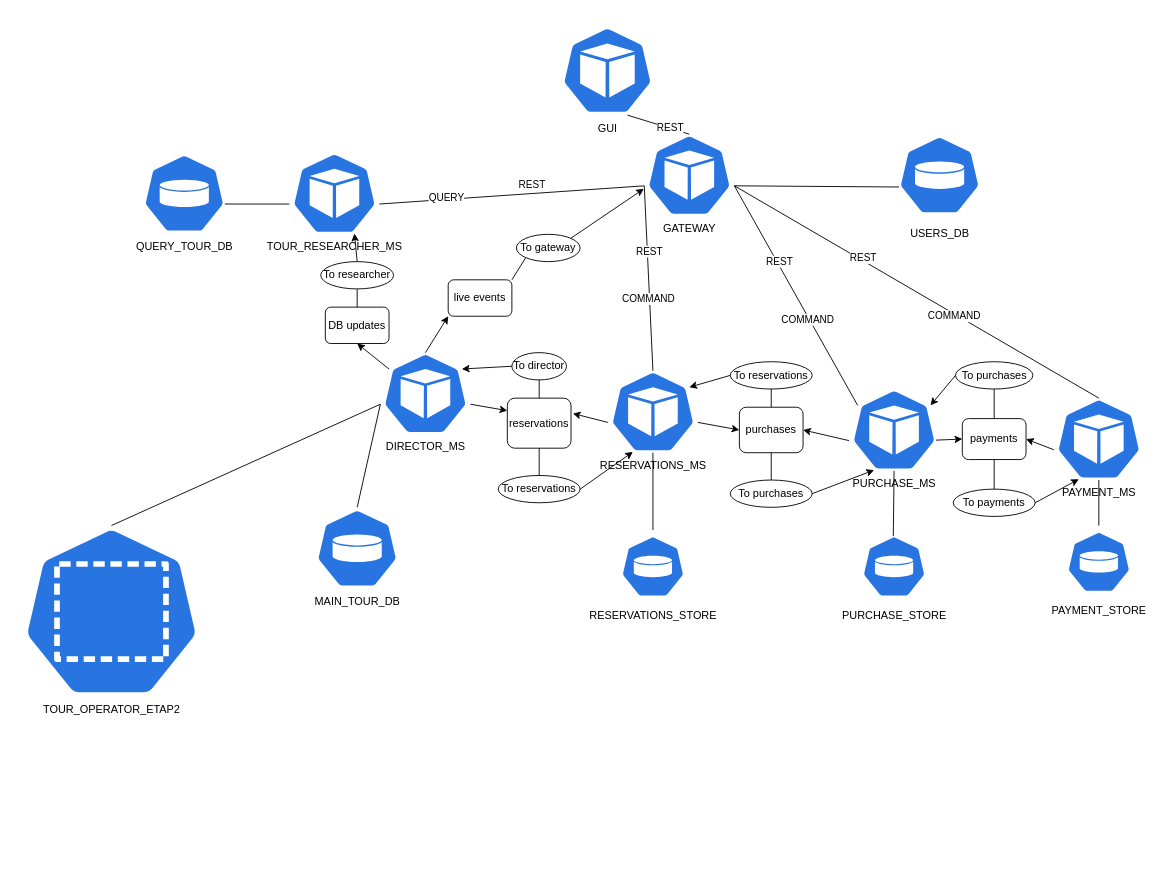
Earlier version of the draw.io diagram docs/system_architecture_diagram.drawio (SunBear1/VictorTravels). Source tidied: cells renumbered, new cells numbered last; positions are measured from the earlier drawing's top-left corner, leaving out a move shared by most shapes. Both pictures are drawn from the tidied source at 91%, with x=0, y=0 at pixel (15, 25).
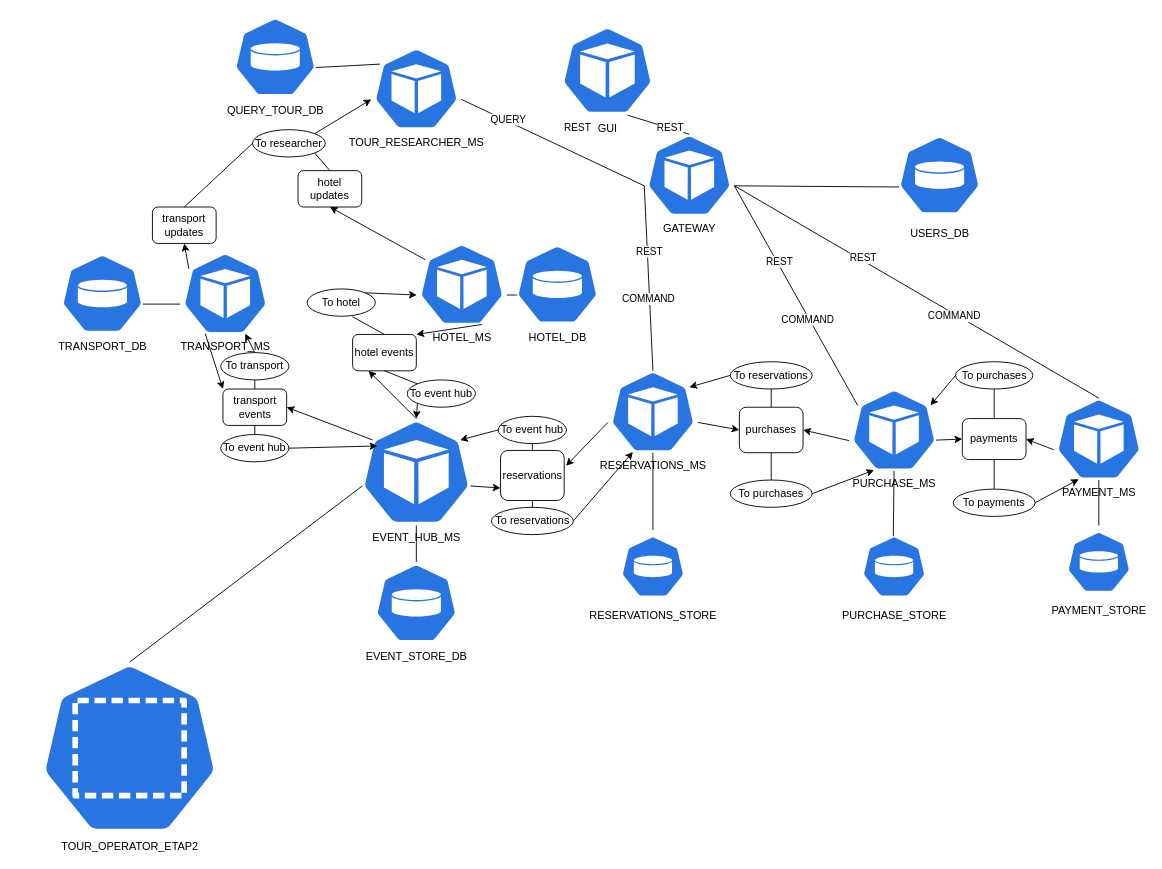
The same page after the edit.

Change to the diagram source:
```diff
@@
     <mxCell id="14" value="TOUR_RESEARCHER_MS" style="sketch=0;html=1;dashed=0;whitespace=wrap;fillColor=#2875E2;strokeColor=#ffffff;points=[[0.005,0.63,0],[0.1,0.2,0],[0.9,0.2,0],[0.5,0,0],[0.995,0.63,0],[0.72,0.99,0],[0.5,1,0],[0.28,0.99,0]];verticalLabelPosition=bottom;align=center;verticalAlign=top;shape=mxgraph.kubernetes.icon;prIcon=pod;" parent="1" vertex="1">
-      <mxGeometry x="300" y="140" width="100" height="90" as="geometry" />
+      <mxGeometry x="390" y="25" width="100" height="90" as="geometry" />
     </mxCell>
@@
     <mxCell id="16" value="QUERY_TOUR_DB" style="sketch=0;html=1;dashed=0;whitespace=wrap;fillColor=#2875E2;strokeColor=#ffffff;points=[[0.005,0.63,0],[0.1,0.2,0],[0.9,0.2,0],[0.5,0,0],[0.995,0.63,0],[0.72,0.99,0],[0.5,1,0],[0.28,0.99,0]];verticalLabelPosition=bottom;align=center;verticalAlign=top;shape=mxgraph.kubernetes.icon;prIcon=pv;" parent="1" vertex="1">
-      <mxGeometry x="140" y="140" width="90" height="90" as="geometry" />
+      <mxGeometry x="240" y="-10" width="90" height="90" as="geometry" />
     </mxCell>
-    <mxCell id="17" style="endArrow=none;html=1;rounded=0;exitX=0.995;exitY=0.63;exitDx=0;exitDy=0;exitPerimeter=0;entryX=0.005;entryY=0.63;entryDx=0;entryDy=0;entryPerimeter=0;" parent="1" edge="1" source="16" target="14">
+    <mxCell id="17" style="endArrow=none;html=1;rounded=0;exitX=0.995;exitY=0.63;exitDx=0;exitDy=0;exitPerimeter=0;entryX=0.1;entryY=0.2;entryDx=0;entryDy=0;entryPerimeter=0;" parent="1" edge="1" source="16" target="14">
       <mxGeometry relative="1" as="geometry" />
     </mxCell>
-    <mxCell id="18" value="MAIN_TOUR_DB" style="sketch=0;html=1;dashed=0;whitespace=wrap;fillColor=#2875E2;strokeColor=#ffffff;points=[[0.005,0.63,0],[0.1,0.2,0],[0.9,0.2,0],[0.5,0,0],[0.995,0.63,0],[0.72,0.99,0],[0.5,1,0],[0.28,0.99,0]];verticalLabelPosition=bottom;align=center;verticalAlign=top;shape=mxgraph.kubernetes.icon;prIcon=pv;" parent="1" vertex="1">
-      <mxGeometry x="330" y="530" width="90" height="90" as="geometry" />
+    <mxCell id="18" value="EVENT_STORE_DB" style="sketch=0;html=1;dashed=0;whitespace=wrap;fillColor=#2875E2;strokeColor=#ffffff;points=[[0.005,0.63,0],[0.1,0.2,0],[0.9,0.2,0],[0.5,0,0],[0.995,0.63,0],[0.72,0.99,0],[0.5,1,0],[0.28,0.99,0]];verticalLabelPosition=bottom;align=center;verticalAlign=top;shape=mxgraph.kubernetes.icon;prIcon=pv;" parent="1" vertex="1">
+      <mxGeometry x="395" y="590" width="90" height="90" as="geometry" />
     </mxCell>
@@
-    <mxCell id="27" value="DIRECTOR_MS" style="sketch=0;html=1;dashed=0;whitespace=wrap;fillColor=#2875E2;strokeColor=#ffffff;points=[[0.005,0.63,0],[0.1,0.2,0],[0.9,0.2,0],[0.5,0,0],[0.995,0.63,0],[0.72,0.99,0],[0.5,1,0],[0.28,0.99,0]];verticalLabelPosition=bottom;align=center;verticalAlign=top;shape=mxgraph.kubernetes.icon;prIcon=pod;" parent="1" vertex="1">
-      <mxGeometry x="400" y="360" width="100" height="90" as="geometry" />
+    <mxCell id="27" value="EVENT_HUB_MS" style="sketch=0;html=1;dashed=0;whitespace=wrap;fillColor=#2875E2;strokeColor=#ffffff;points=[[0.005,0.63,0],[0.1,0.2,0],[0.9,0.2,0],[0.5,0,0],[0.995,0.63,0],[0.72,0.99,0],[0.5,1,0],[0.28,0.99,0]];verticalLabelPosition=bottom;align=center;verticalAlign=top;shape=mxgraph.kubernetes.icon;prIcon=pod;" parent="1" vertex="1">
+      <mxGeometry x="380" y="432.5" width="120" height="117.5" as="geometry" />
     </mxCell>
@@
-    <mxCell id="31" style="endArrow=none;html=1;rounded=0;entryX=0.5;entryY=0;entryDx=0;entryDy=0;entryPerimeter=0;exitX=0.005;exitY=0.63;exitDx=0;exitDy=0;exitPerimeter=0;" parent="1" edge="1" source="27" target="18">
+    <mxCell id="31" style="endArrow=none;html=1;rounded=0;entryX=0.5;entryY=0;entryDx=0;entryDy=0;entryPerimeter=0;exitX=0.5;exitY=1;exitDx=0;exitDy=0;exitPerimeter=0;" parent="1" edge="1" source="27" target="18">
       <mxGeometry relative="1" as="geometry" />
     </mxCell>
     <mxCell id="32" value="TOUR_OPERATOR_ETAP2" style="sketch=0;html=1;dashed=0;whitespace=wrap;fillColor=#2875E2;strokeColor=#ffffff;points=[[0.005,0.63,0],[0.1,0.2,0],[0.9,0.2,0],[0.5,0,0],[0.995,0.63,0],[0.72,0.99,0],[0.5,1,0],[0.28,0.99,0]];verticalLabelPosition=bottom;align=center;verticalAlign=top;shape=mxgraph.kubernetes.icon;prIcon=ns;" parent="1" vertex="1">
-      <mxGeometry y="550" width="210" height="189" as="geometry" />
+      <mxGeometry x="20" y="700" width="210" height="189" as="geometry" />
     </mxCell>
@@
     <mxCell id="37" value="reservations" style="rounded=1;whiteSpace=wrap;html=1;" parent="1" vertex="1">
-      <mxGeometry x="540" y="410" width="70" height="55" as="geometry" />
+      <mxGeometry x="532.5" y="467.5" width="70" height="55" as="geometry" />
     </mxCell>
-    <mxCell id="38" value="To director" style="ellipse;whiteSpace=wrap;html=1;" parent="1" vertex="1">
-      <mxGeometry x="545" y="360" width="60" height="30" as="geometry" />
+    <mxCell id="38" value="To event hub" style="ellipse;whiteSpace=wrap;html=1;" parent="1" vertex="1">
+      <mxGeometry x="530" y="430" width="75" height="30" as="geometry" />
     </mxCell>
     <mxCell id="39" value="To reservations" style="ellipse;whiteSpace=wrap;html=1;" parent="1" vertex="1">
-      <mxGeometry x="530" y="495" width="90" height="30" as="geometry" />
+      <mxGeometry x="522.5" y="530" width="90" height="30" as="geometry" />
     </mxCell>
@@
-    <mxCell id="42" style="endArrow=classic;html=1;rounded=0;exitX=0.995;exitY=0.63;exitDx=0;exitDy=0;exitPerimeter=0;entryX=0;entryY=0.25;entryDx=0;entryDy=0;" parent="1" edge="1" source="27" target="37">
+    <mxCell id="42" style="endArrow=classic;html=1;rounded=0;exitX=0.995;exitY=0.63;exitDx=0;exitDy=0;exitPerimeter=0;entryX=0;entryY=0.75;entryDx=0;entryDy=0;" parent="1" edge="1" source="27" target="37">
       <mxGeometry relative="1" as="geometry" />
     </mxCell>
@@
-    <mxCell id="64" value="live events" style="rounded=1;whiteSpace=wrap;html=1;" parent="1" vertex="1">
-      <mxGeometry x="475" y="280" width="70" height="40" as="geometry" />
-    </mxCell>
-    <mxCell id="65" value="To gateway" style="ellipse;whiteSpace=wrap;html=1;" parent="1" vertex="1">
-      <mxGeometry x="550" y="230" width="70" height="30" as="geometry" />
-    </mxCell>
-    <mxCell id="66" style="endArrow=classic;html=1;rounded=0;exitX=0.5;exitY=0;exitDx=0;exitDy=0;entryX=0;entryY=1;entryDx=0;entryDy=0;exitPerimeter=0;" parent="1" edge="1" source="27" target="64">
-      <mxGeometry relative="1" as="geometry" />
-    </mxCell>
-    <mxCell id="67" style="endArrow=classic;html=1;rounded=0;exitX=1;exitY=0;exitDx=0;exitDy=0;" parent="1" edge="1" source="65">
-      <mxGeometry relative="1" as="geometry">
-        <mxPoint x="690" y="180" as="targetPoint" />
-      </mxGeometry>
-    </mxCell>
-    <mxCell id="68" value="DB updates" style="rounded=1;whiteSpace=wrap;html=1;" parent="1" vertex="1">
-      <mxGeometry x="340" y="310" width="70" height="40" as="geometry" />
-    </mxCell>
+    <mxCell id="74" value="TRANSPORT_MS" style="sketch=0;html=1;dashed=0;whitespace=wrap;fillColor=#2875E2;strokeColor=#ffffff;points=[[0.005,0.63,0],[0.1,0.2,0],[0.9,0.2,0],[0.5,0,0],[0.995,0.63,0],[0.72,0.99,0],[0.5,1,0],[0.28,0.99,0]];verticalLabelPosition=bottom;align=center;verticalAlign=top;shape=mxgraph.kubernetes.icon;prIcon=pod;" parent="1" vertex="1">
+      <mxGeometry x="180" y="250" width="100" height="90" as="geometry" />
+    </mxCell>
+    <mxCell id="75" value="HOTEL_MS" style="sketch=0;html=1;dashed=0;whitespace=wrap;fillColor=#2875E2;strokeColor=#ffffff;points=[[0.005,0.63,0],[0.1,0.2,0],[0.9,0.2,0],[0.5,0,0],[0.995,0.63,0],[0.72,0.99,0],[0.5,1,0],[0.28,0.99,0]];verticalLabelPosition=bottom;align=center;verticalAlign=top;shape=mxgraph.kubernetes.icon;prIcon=pod;" parent="1" vertex="1">
+      <mxGeometry x="440" y="240" width="100" height="90" as="geometry" />
+    </mxCell>
+    <mxCell id="76" value="transport updates" style="rounded=1;whiteSpace=wrap;html=1;" parent="1" vertex="1">
+      <mxGeometry x="150" y="200" width="70" height="40" as="geometry" />
+    </mxCell>
     <mxCell id="69" value="To researcher" style="ellipse;whiteSpace=wrap;html=1;" parent="1" vertex="1">
-      <mxGeometry x="335" y="260" width="80" height="30" as="geometry" />
+      <mxGeometry x="260" y="115" width="80" height="30" as="geometry" />
     </mxCell>
-    <mxCell id="70" style="endArrow=classic;html=1;rounded=0;exitX=0.1;exitY=0.2;exitDx=0;exitDy=0;entryX=0.5;entryY=1;entryDx=0;entryDy=0;exitPerimeter=0;" parent="1" edge="1" source="27" target="68">
-      <mxGeometry relative="1" as="geometry" />
-    </mxCell>
+    <mxCell id="77" style="endArrow=classic;html=1;rounded=0;exitX=0.1;exitY=0.2;exitDx=0;exitDy=0;exitPerimeter=0;entryX=0.5;entryY=1;entryDx=0;entryDy=0;" parent="1" edge="1" source="74" target="76">
+      <mxGeometry relative="1" as="geometry" />
+    </mxCell>
+    <mxCell id="78" style="endArrow=none;html=1;rounded=0;entryX=0.5;entryY=0;entryDx=0;entryDy=0;exitX=0;exitY=0.5;exitDx=0;exitDy=0;" parent="1" edge="1" source="69" target="76">
+      <mxGeometry relative="1" as="geometry" />
+    </mxCell>
-    <mxCell id="71" style="endArrow=classic;html=1;rounded=0;exitX=0.5;exitY=0;exitDx=0;exitDy=0;entryX=0.72;entryY=0.99;entryDx=0;entryDy=0;entryPerimeter=0;" parent="1" edge="1" source="69" target="14">
+    <mxCell id="71" style="endArrow=classic;html=1;rounded=0;exitX=1;exitY=0;exitDx=0;exitDy=0;entryX=0.005;entryY=0.63;entryDx=0;entryDy=0;entryPerimeter=0;" parent="1" edge="1" source="69" target="14">
       <mxGeometry relative="1" as="geometry" />
     </mxCell>
-    <mxCell id="72" style="endArrow=none;html=1;rounded=0;exitX=1;exitY=0;exitDx=0;exitDy=0;entryX=0;entryY=1;entryDx=0;entryDy=0;" parent="1" edge="1" source="64" target="65">
-      <mxGeometry relative="1" as="geometry" />
-    </mxCell>
-    <mxCell id="73" style="endArrow=none;html=1;rounded=0;exitX=0.5;exitY=0;exitDx=0;exitDy=0;entryX=0.5;entryY=1;entryDx=0;entryDy=0;" parent="1" edge="1" source="68" target="69">
-      <mxGeometry relative="1" as="geometry" />
-    </mxCell>
+    <mxCell id="79" value="hotel updates" style="rounded=1;whiteSpace=wrap;html=1;" parent="1" vertex="1">
+      <mxGeometry x="310" y="160" width="70" height="40" as="geometry" />
+    </mxCell>
+    <mxCell id="80" style="endArrow=classic;html=1;rounded=0;exitX=0.1;exitY=0.2;exitDx=0;exitDy=0;exitPerimeter=0;entryX=0.5;entryY=1;entryDx=0;entryDy=0;" parent="1" edge="1" source="75" target="79">
+      <mxGeometry relative="1" as="geometry" />
+    </mxCell>
+    <mxCell id="81" style="endArrow=none;html=1;rounded=0;entryX=0.5;entryY=0;entryDx=0;entryDy=0;exitX=1;exitY=1;exitDx=0;exitDy=0;" parent="1" edge="1" source="69" target="79">
+      <mxGeometry relative="1" as="geometry" />
+    </mxCell>
+    <mxCell id="82" value="HOTEL_DB" style="sketch=0;html=1;dashed=0;whitespace=wrap;fillColor=#2875E2;strokeColor=#ffffff;points=[[0.005,0.63,0],[0.1,0.2,0],[0.9,0.2,0],[0.5,0,0],[0.995,0.63,0],[0.72,0.99,0],[0.5,1,0],[0.28,0.99,0]];verticalLabelPosition=bottom;align=center;verticalAlign=top;shape=mxgraph.kubernetes.icon;prIcon=pv;" parent="1" vertex="1">
+      <mxGeometry x="550" y="240" width="90" height="90" as="geometry" />
+    </mxCell>
+    <mxCell id="83" value="TRANSPORT_DB" style="sketch=0;html=1;dashed=0;whitespace=wrap;fillColor=#2875E2;strokeColor=#ffffff;points=[[0.005,0.63,0],[0.1,0.2,0],[0.9,0.2,0],[0.5,0,0],[0.995,0.63,0],[0.72,0.99,0],[0.5,1,0],[0.28,0.99,0]];verticalLabelPosition=bottom;align=center;verticalAlign=top;shape=mxgraph.kubernetes.icon;prIcon=pv;" parent="1" vertex="1">
+      <mxGeometry x="50" y="250" width="90" height="90" as="geometry" />
+    </mxCell>
+    <mxCell id="84" style="endArrow=none;html=1;rounded=0;entryX=0.005;entryY=0.63;entryDx=0;entryDy=0;entryPerimeter=0;exitX=0.995;exitY=0.63;exitDx=0;exitDy=0;exitPerimeter=0;" parent="1" edge="1" source="83" target="74">
+      <mxGeometry relative="1" as="geometry" />
+    </mxCell>
+    <mxCell id="85" style="endArrow=none;html=1;rounded=0;entryX=0.005;entryY=0.63;entryDx=0;entryDy=0;entryPerimeter=0;exitX=0.995;exitY=0.63;exitDx=0;exitDy=0;exitPerimeter=0;" parent="1" edge="1" source="75" target="82">
+      <mxGeometry relative="1" as="geometry" />
+    </mxCell>
+    <mxCell id="86" value="transport events" style="rounded=1;whiteSpace=wrap;html=1;" parent="1" vertex="1">
+      <mxGeometry x="227.5" y="400" width="70" height="40" as="geometry" />
+    </mxCell>
+    <mxCell id="87" value="hotel events" style="rounded=1;whiteSpace=wrap;html=1;" parent="1" vertex="1">
+      <mxGeometry x="370" y="340" width="70" height="40" as="geometry" />
+    </mxCell>
+    <mxCell id="88" style="endArrow=classic;html=1;rounded=0;exitX=0.1;exitY=0.2;exitDx=0;exitDy=0;exitPerimeter=0;entryX=1;entryY=0.5;entryDx=0;entryDy=0;" parent="1" edge="1" source="27" target="86">
+      <mxGeometry relative="1" as="geometry" />
+    </mxCell>
+    <mxCell id="89" value="To transport" style="ellipse;whiteSpace=wrap;html=1;" parent="1" vertex="1">
+      <mxGeometry x="225" y="360" width="75" height="30" as="geometry" />
+    </mxCell>
+    <mxCell id="90" value="To hotel" style="ellipse;whiteSpace=wrap;html=1;" parent="1" vertex="1">
+      <mxGeometry x="320" y="290" width="75" height="30" as="geometry" />
+    </mxCell>
+    <mxCell id="91" style="endArrow=none;html=1;rounded=0;exitX=0.5;exitY=0;exitDx=0;exitDy=0;entryX=0.5;entryY=1;entryDx=0;entryDy=0;" parent="1" edge="1" source="86" target="89">
+      <mxGeometry relative="1" as="geometry" />
+    </mxCell>
+    <mxCell id="92" value="To event hub" style="ellipse;whiteSpace=wrap;html=1;" parent="1" vertex="1">
+      <mxGeometry x="225" y="450" width="75" height="30" as="geometry" />
+    </mxCell>
+    <mxCell id="93" style="endArrow=none;html=1;rounded=0;exitX=0.5;exitY=0;exitDx=0;exitDy=0;entryX=0.5;entryY=1;entryDx=0;entryDy=0;" parent="1" edge="1" source="92" target="86">
+      <mxGeometry relative="1" as="geometry" />
+    </mxCell>
+    <mxCell id="94" style="endArrow=classic;html=1;rounded=0;exitX=0.5;exitY=0;exitDx=0;exitDy=0;entryX=0.72;entryY=0.99;entryDx=0;entryDy=0;entryPerimeter=0;" parent="1" edge="1" source="89" target="74">
+      <mxGeometry relative="1" as="geometry" />
+    </mxCell>
+    <mxCell id="95" style="endArrow=classic;html=1;rounded=0;exitX=1;exitY=0.5;exitDx=0;exitDy=0;entryX=0.144;entryY=0.256;entryDx=0;entryDy=0;entryPerimeter=0;" parent="1" edge="1" source="92" target="27">
+      <mxGeometry relative="1" as="geometry" />
+    </mxCell>
+    <mxCell id="96" value="To event hub" style="ellipse;whiteSpace=wrap;html=1;" parent="1" vertex="1">
+      <mxGeometry x="430" y="390" width="75" height="30" as="geometry" />
+    </mxCell>
+    <mxCell id="97" style="endArrow=none;html=1;rounded=0;exitX=0;exitY=0;exitDx=0;exitDy=0;entryX=0.5;entryY=1;entryDx=0;entryDy=0;" parent="1" edge="1" source="96" target="87">
+      <mxGeometry relative="1" as="geometry" />
+    </mxCell>
+    <mxCell id="98" style="endArrow=classic;html=1;rounded=0;exitX=0;exitY=1;exitDx=0;exitDy=0;entryX=0.5;entryY=0;entryDx=0;entryDy=0;entryPerimeter=0;" parent="1" edge="1" source="96" target="27">
+      <mxGeometry relative="1" as="geometry" />
+    </mxCell>
+    <mxCell id="99" style="endArrow=classic;html=1;rounded=0;entryX=0.25;entryY=1;entryDx=0;entryDy=0;exitX=0.5;exitY=0;exitDx=0;exitDy=0;exitPerimeter=0;" parent="1" edge="1" source="27" target="87">
+      <mxGeometry relative="1" as="geometry" />
+    </mxCell>
+    <mxCell id="100" style="endArrow=none;html=1;rounded=0;exitX=0.5;exitY=0;exitDx=0;exitDy=0;entryX=0.662;entryY=1.014;entryDx=0;entryDy=0;entryPerimeter=0;" parent="1" edge="1" source="87" target="90">
+      <mxGeometry relative="1" as="geometry" />
+    </mxCell>
+    <mxCell id="101" style="endArrow=classic;html=1;rounded=0;entryX=0;entryY=0;entryDx=0;entryDy=0;exitX=0.28;exitY=0.99;exitDx=0;exitDy=0;exitPerimeter=0;" parent="1" edge="1" source="74" target="86">
+      <mxGeometry relative="1" as="geometry" />
+    </mxCell>
+    <mxCell id="102" style="endArrow=classic;html=1;rounded=0;entryX=1;entryY=0;entryDx=0;entryDy=0;exitX=0.72;exitY=0.99;exitDx=0;exitDy=0;exitPerimeter=0;" parent="1" edge="1" source="75" target="87">
+      <mxGeometry relative="1" as="geometry" />
+    </mxCell>
+    <mxCell id="103" style="endArrow=classic;html=1;rounded=0;entryX=0.005;entryY=0.63;entryDx=0;entryDy=0;exitX=1;exitY=0;exitDx=0;exitDy=0;entryPerimeter=0;" parent="1" edge="1" source="90" target="75">
+      <mxGeometry relative="1" as="geometry" />
+    </mxCell>
```
